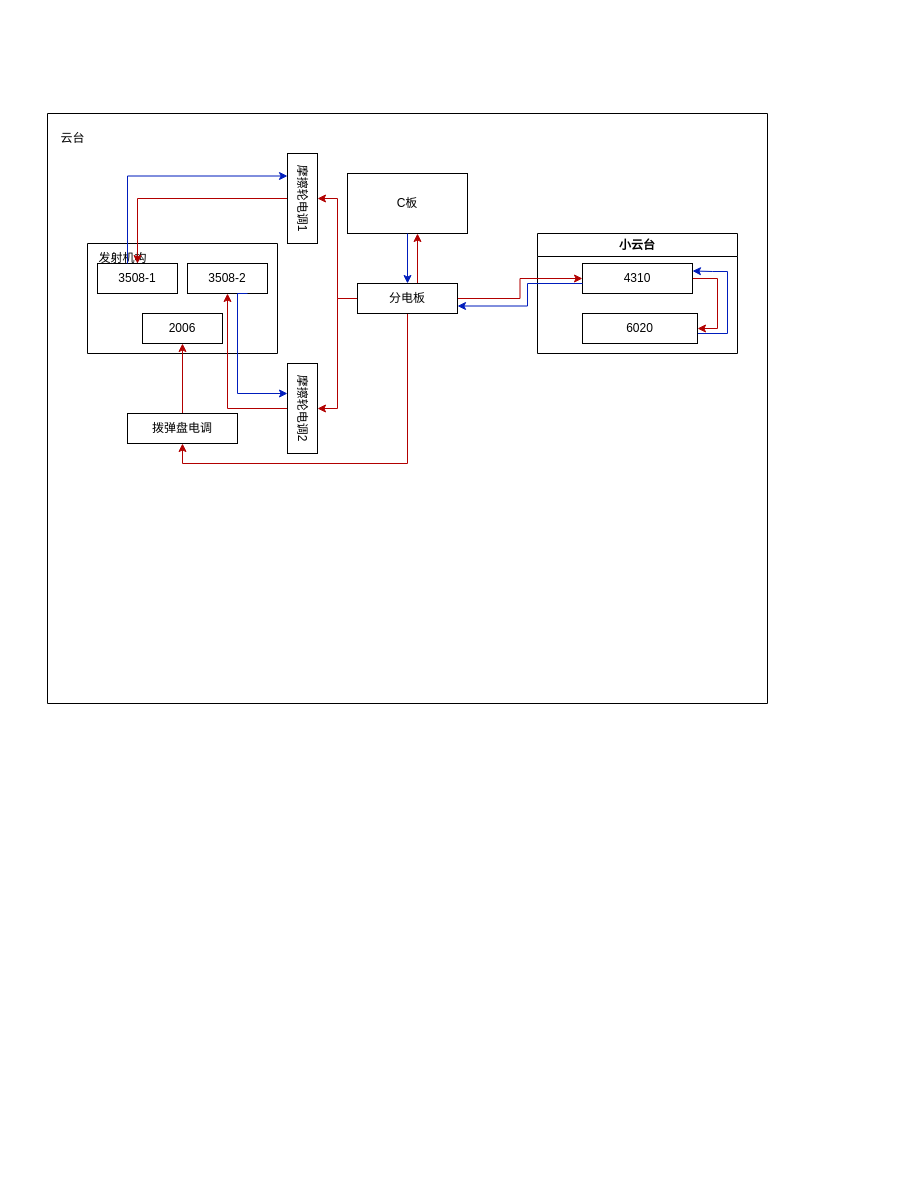
moment-NEW/HDU_basic_framework keeps this draw.io diagram as 步兵接线图.drawio. Above is the earlier version. Source tidied: cells renumbered, new cells numbered last; positions are measured from the earlier drawing's top-left corner, leaving out a move shared by most shapes. Both pictures are drawn from the tidied source at 100%, with x=0, y=0 at pixel (47, 113).
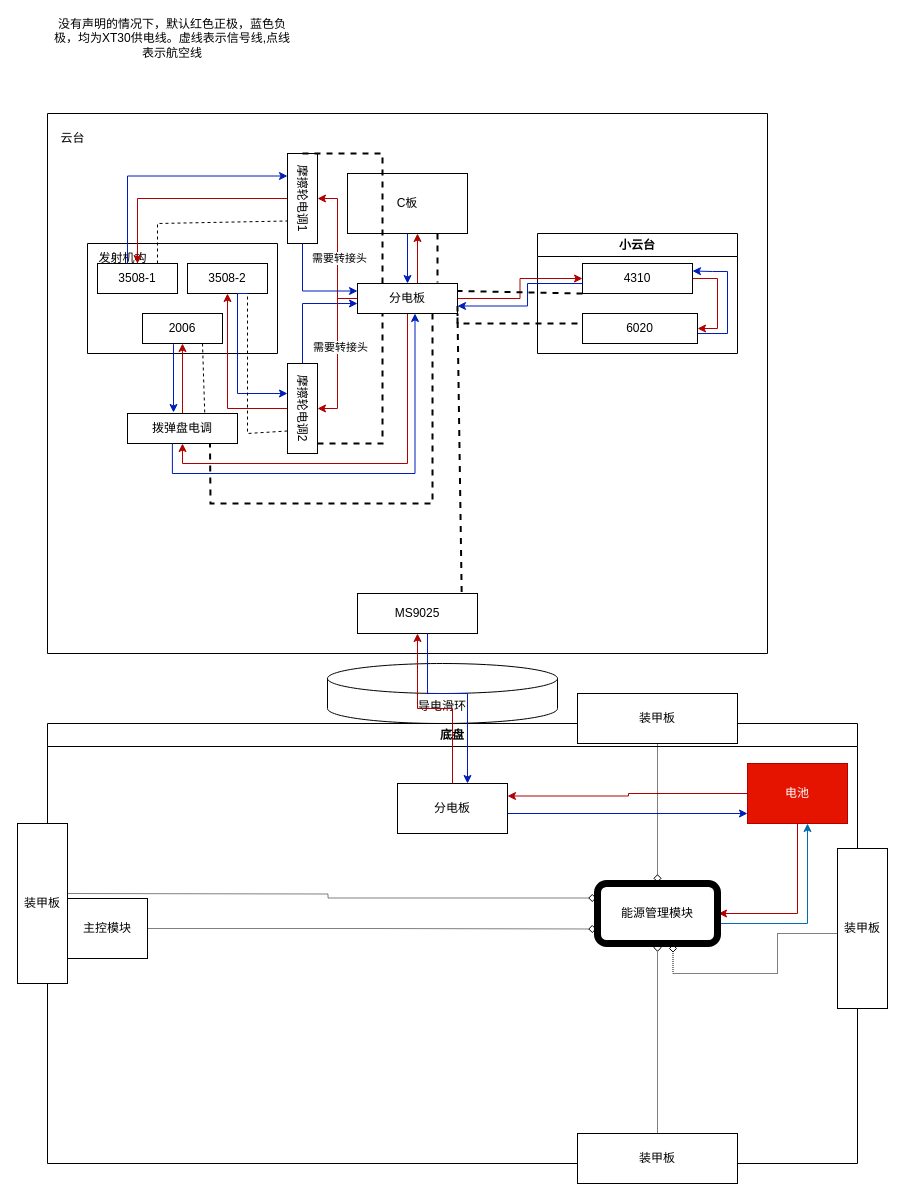
Above is the later version.

Commit message (it also covers changes not shown here):
更新步兵接线图.drawio

Unchanged cells that the change refers to:
```xml
<mxCell id="4" value="C板" style="whiteSpace=wrap;html=1;" parent="2" vertex="1">
  <mxGeometry x="300" y="60" width="120" height="60" as="geometry" />
</mxCell>
<mxCell id="6" value="3508-1" style="whiteSpace=wrap;html=1;" parent="5" vertex="1">
  <mxGeometry x="10" y="20" width="80" height="30" as="geometry" />
</mxCell>
<mxCell id="7" value="3508-2" style="whiteSpace=wrap;html=1;" parent="5" vertex="1">
  <mxGeometry x="100" y="20" width="80" height="30" as="geometry" />
</mxCell>
<mxCell id="9" value="2006" style="whiteSpace=wrap;html=1;" parent="5" vertex="1">
  <mxGeometry x="55" y="70" width="80" height="30" as="geometry" />
</mxCell>
<mxCell id="12" value="4310" style="whiteSpace=wrap;html=1;" parent="10" vertex="1">
  <mxGeometry x="45" y="30" width="110" height="30" as="geometry" />
</mxCell>
<mxCell id="16" value="摩擦轮电调1" style="whiteSpace=wrap;html=1;rotation=90;" parent="2" vertex="1">
  <mxGeometry x="210" y="70" width="90" height="30" as="geometry" />
</mxCell>
<mxCell id="18" value="摩擦轮电调2" style="whiteSpace=wrap;html=1;rotation=90;" parent="2" vertex="1">
  <mxGeometry x="210" y="280" width="90" height="30" as="geometry" />
</mxCell>
<mxCell id="20" value="拨弹盘电调" style="whiteSpace=wrap;html=1;" parent="2" vertex="1">
  <mxGeometry x="80" y="300" width="110" height="30" as="geometry" />
</mxCell>
<mxCell id="23" style="edgeStyle=orthogonalEdgeStyle;rounded=0;jettySize=auto;html=1;entryX=0.5;entryY=0;entryDx=0;entryDy=0;fillColor=#e51400;strokeColor=#B20000;" parent="1" edge="1" source="28" target="16">
  <mxGeometry relative="1" as="geometry" />
</mxCell>
<mxCell id="24" style="edgeStyle=orthogonalEdgeStyle;rounded=0;jettySize=auto;html=1;entryX=0.5;entryY=0;entryDx=0;entryDy=0;fillColor=#e51400;strokeColor=#B20000;" parent="1" edge="1" source="28" target="18">
  <mxGeometry relative="1" as="geometry" />
</mxCell>
<mxCell id="28" value="分电板" style="whiteSpace=wrap;html=1;" parent="1" vertex="1">
  <mxGeometry x="310" y="170" width="100" height="30" as="geometry" />
</mxCell>
```

Diff of the diagram source:
```diff
@@
+    <mxCell id="31" value="导电滑环" style="shape=cylinder3;whiteSpace=wrap;html=1;boundedLbl=1;backgroundOutline=1;size=15;" parent="1" vertex="1">
+      <mxGeometry x="280" y="550" width="230" height="60" as="geometry" />
+    </mxCell>
     <mxCell id="2" style="swimlane;startSize=0;" parent="1" vertex="1">
-      <mxGeometry width="720" height="590" as="geometry" />
+      <mxGeometry width="720" height="540" as="geometry" />
     </mxCell>
@@
+    <mxCell id="32" style="edgeStyle=orthogonalEdgeStyle;rounded=0;jettySize=auto;html=1;exitX=0;exitY=0.5;exitDx=0;exitDy=0;fillColor=#0050ef;strokeColor=#001DBC;" parent="2" edge="1" source="18">
+      <mxGeometry relative="1" as="geometry">
+        <mxPoint x="310" y="190" as="targetPoint" />
+        <Array as="points">
+          <mxPoint x="255" y="190" />
+        </Array>
+      </mxGeometry>
+    </mxCell>
@@
+    <mxCell id="33" style="edgeStyle=orthogonalEdgeStyle;rounded=0;jettySize=auto;html=1;entryX=0.75;entryY=1;entryDx=0;entryDy=0;exitX=0.408;exitY=1.003;exitDx=0;exitDy=0;exitPerimeter=0;fillColor=#0050ef;strokeColor=#001DBC;" parent="2" edge="1" source="20">
+      <mxGeometry relative="1" as="geometry">
+        <mxPoint x="367.5" y="200" as="targetPoint" />
+        <Array as="points">
+          <mxPoint x="125" y="360" />
+          <mxPoint x="368" y="360" />
+        </Array>
+      </mxGeometry>
+    </mxCell>
+    <mxCell id="34" style="edgeStyle=orthogonalEdgeStyle;rounded=0;jettySize=auto;html=1;exitX=0.389;exitY=1.024;exitDx=0;exitDy=0;exitPerimeter=0;fillColor=#0050ef;strokeColor=#001DBC;" parent="2" edge="1" source="9">
+      <mxGeometry relative="1" as="geometry">
+        <mxPoint x="126" y="299" as="targetPoint" />
+        <Array as="points">
+          <mxPoint x="126" y="299" />
+        </Array>
+      </mxGeometry>
+    </mxCell>
+    <mxCell id="35" style="endArrow=none;dashed=1;html=1;rounded=0;exitX=0.75;exitY=0;exitDx=0;exitDy=0;entryX=0.75;entryY=1;entryDx=0;entryDy=0;" parent="2" edge="1" source="6" target="16">
+      <mxGeometry relative="1" as="geometry">
+        <Array as="points">
+          <mxPoint x="110" y="110" />
+        </Array>
+      </mxGeometry>
+    </mxCell>
+    <mxCell id="36" style="endArrow=none;dashed=1;html=1;rounded=0;entryX=0.75;entryY=1;entryDx=0;entryDy=0;exitX=0.75;exitY=1;exitDx=0;exitDy=0;" parent="2" edge="1" source="18" target="7">
+      <mxGeometry relative="1" as="geometry">
+        <Array as="points">
+          <mxPoint x="200" y="320" />
+        </Array>
+      </mxGeometry>
+    </mxCell>
+    <mxCell id="37" style="endArrow=none;dashed=1;html=1;strokeWidth=2;rounded=0;entryX=0.25;entryY=1;entryDx=0;entryDy=0;" parent="2" edge="1" target="28">
+      <mxGeometry relative="1" as="geometry">
+        <mxPoint x="270" y="330" as="sourcePoint" />
+        <Array as="points">
+          <mxPoint x="335" y="330" />
+        </Array>
+      </mxGeometry>
+    </mxCell>
+    <mxCell id="38" style="endArrow=none;dashed=1;html=1;rounded=0;exitX=0.75;exitY=1;exitDx=0;exitDy=0;entryX=0.702;entryY=-0.037;entryDx=0;entryDy=0;entryPerimeter=0;" parent="2" edge="1" source="9" target="20">
+      <mxGeometry relative="1" as="geometry" />
+    </mxCell>
+    <mxCell id="39" value="MS9025" style="whiteSpace=wrap;html=1;" parent="2" vertex="1">
+      <mxGeometry x="310" y="480" width="120" height="40" as="geometry" />
+    </mxCell>
@@
+    <mxCell id="40" value="需要转接头" style="edgeLabel;html=1;align=center;verticalAlign=middle;" parent="23" vertex="1">
+      <mxGeometry x="-0.13" y="-1" relative="1" as="geometry" />
+    </mxCell>
@@
+    <mxCell id="41" value="需要转接头" style="edgeLabel;html=1;align=center;verticalAlign=middle;" parent="24" vertex="1">
+      <mxGeometry x="-0.1" y="2" relative="1" as="geometry" />
+    </mxCell>
@@
+    <mxCell id="42" style="edgeStyle=orthogonalEdgeStyle;rounded=0;jettySize=auto;html=1;entryX=0;entryY=0.25;entryDx=0;entryDy=0;exitX=1;exitY=0.5;exitDx=0;exitDy=0;fillColor=#0050ef;strokeColor=#001DBC;" parent="1" edge="1" source="16" target="28">
+      <mxGeometry relative="1" as="geometry" />
+    </mxCell>
+    <mxCell id="43" style="endArrow=none;dashed=1;html=1;strokeWidth=2;rounded=0;entryX=0;entryY=0.5;entryDx=0;entryDy=0;exitX=0.25;exitY=0;exitDx=0;exitDy=0;" parent="1" edge="1" source="28" target="16">
+      <mxGeometry relative="1" as="geometry">
+        <Array as="points">
+          <mxPoint x="335" y="40" />
+        </Array>
+      </mxGeometry>
+    </mxCell>
+    <mxCell id="44" style="endArrow=none;dashed=1;html=1;strokeWidth=2;rounded=0;entryX=0.75;entryY=1;entryDx=0;entryDy=0;exitX=0.75;exitY=1;exitDx=0;exitDy=0;" parent="1" edge="1" source="28" target="20">
+      <mxGeometry relative="1" as="geometry">
+        <Array as="points">
+          <mxPoint x="385" y="390" />
+          <mxPoint x="163" y="390" />
+        </Array>
+      </mxGeometry>
+    </mxCell>
+    <mxCell id="45" style="endArrow=none;dashed=1;html=1;strokeWidth=2;rounded=0;entryX=1;entryY=0.25;entryDx=0;entryDy=0;exitX=0;exitY=1;exitDx=0;exitDy=0;" parent="1" edge="1" source="12" target="28">
+      <mxGeometry relative="1" as="geometry" />
+    </mxCell>
+    <mxCell id="46" style="endArrow=none;dashed=1;html=1;strokeWidth=2;rounded=0;entryX=1;entryY=0.75;entryDx=0;entryDy=0;" parent="1" edge="1" target="28">
+      <mxGeometry relative="1" as="geometry">
+        <mxPoint x="530" y="210" as="sourcePoint" />
+        <Array as="points">
+          <mxPoint x="410" y="210" />
+        </Array>
+      </mxGeometry>
+    </mxCell>
+    <mxCell id="47" style="endArrow=none;dashed=1;html=1;strokeWidth=2;rounded=0;exitX=0.75;exitY=1;exitDx=0;exitDy=0;" parent="1" edge="1" source="4">
+      <mxGeometry relative="1" as="geometry">
+        <mxPoint x="390" y="169" as="targetPoint" />
+      </mxGeometry>
+    </mxCell>
+    <mxCell id="48" style="endArrow=none;dashed=1;html=1;strokeWidth=2;rounded=0;entryX=1;entryY=1;entryDx=0;entryDy=0;exitX=0.868;exitY=-0.037;exitDx=0;exitDy=0;exitPerimeter=0;" parent="1" edge="1" source="39" target="28">
+      <mxGeometry relative="1" as="geometry" />
+    </mxCell>
+    <mxCell id="49" value="底盘" style="swimlane;whiteSpace=wrap;html=1;" parent="1" vertex="1">
+      <mxGeometry y="610" width="810" height="440" as="geometry" />
+    </mxCell>
+    <mxCell id="50" style="edgeStyle=orthogonalEdgeStyle;rounded=0;jettySize=auto;html=1;entryX=1;entryY=0.25;entryDx=0;entryDy=0;fillColor=#e51400;strokeColor=#B20000;" parent="49" edge="1" target="54">
+      <mxGeometry relative="1" as="geometry">
+        <mxPoint x="700" y="77.5" as="sourcePoint" />
+        <Array as="points">
+          <mxPoint x="700" y="70" />
+          <mxPoint x="581" y="70" />
+          <mxPoint x="581" y="73" />
+        </Array>
+      </mxGeometry>
+    </mxCell>
+    <mxCell id="51" style="edgeStyle=orthogonalEdgeStyle;rounded=0;jettySize=auto;html=1;entryX=1;entryY=0.5;entryDx=0;entryDy=0;exitX=0.5;exitY=1;exitDx=0;exitDy=0;fillColor=#e51400;strokeColor=#B20000;" parent="49" edge="1" source="52" target="56">
+      <mxGeometry relative="1" as="geometry" />
+    </mxCell>
+    <mxCell id="52" value="电池" style="whiteSpace=wrap;html=1;fillColor=#e51400;fontColor=#ffffff;strokeColor=#B20000;" parent="49" vertex="1">
+      <mxGeometry x="700" y="40" width="100" height="60" as="geometry" />
+    </mxCell>
+    <mxCell id="53" style="edgeStyle=orthogonalEdgeStyle;rounded=0;jettySize=auto;html=1;fillColor=#0050ef;strokeColor=#001DBC;" parent="49" edge="1" source="54">
+      <mxGeometry relative="1" as="geometry">
+        <mxPoint x="700" y="90" as="targetPoint" />
+        <Array as="points">
+          <mxPoint x="700" y="90" />
+        </Array>
+      </mxGeometry>
+    </mxCell>
+    <mxCell id="54" value="分电板" style="whiteSpace=wrap;html=1;" parent="49" vertex="1">
+      <mxGeometry x="350" y="60" width="110" height="50" as="geometry" />
+    </mxCell>
+    <mxCell id="55" style="edgeStyle=orthogonalEdgeStyle;rounded=0;jettySize=auto;html=1;fillColor=#1ba1e2;strokeColor=#006EAF;" parent="49" edge="1" source="56">
+      <mxGeometry relative="1" as="geometry">
+        <mxPoint x="760" y="100" as="targetPoint" />
+        <Array as="points">
+          <mxPoint x="760" y="200" />
+          <mxPoint x="760" y="100" />
+        </Array>
+      </mxGeometry>
+    </mxCell>
+    <mxCell id="56" value="能源管理模块" style="rounded=1;whiteSpace=wrap;html=1;glass=0;strokeWidth=7;perimeterSpacing=1;" parent="49" vertex="1">
+      <mxGeometry x="550" y="160" width="120" height="60" as="geometry" />
+    </mxCell>
+    <mxCell id="57" style="edgeStyle=orthogonalEdgeStyle;rounded=0;jettySize=auto;html=1;entryX=0;entryY=0.75;entryDx=0;entryDy=0;endArrow=diamond;endFill=0;dashed=1;dashPattern=1 1;" parent="49" edge="1" source="58" target="56">
+      <mxGeometry relative="1" as="geometry" />
+    </mxCell>
+    <mxCell id="58" value="主控模块" style="rounded=0;whiteSpace=wrap;html=1;" parent="49" vertex="1">
+      <mxGeometry x="20" y="175" width="80" height="60" as="geometry" />
+    </mxCell>
+    <mxCell id="59" style="edgeStyle=orthogonalEdgeStyle;rounded=0;jettySize=auto;html=1;dashed=1;dashPattern=1 1;endArrow=diamond;endFill=0;" parent="49" edge="1" source="60">
+      <mxGeometry relative="1" as="geometry">
+        <mxPoint x="610" y="220" as="targetPoint" />
+      </mxGeometry>
+    </mxCell>
+    <mxCell id="60" value="装甲板" style="whiteSpace=wrap;html=1;" parent="49" vertex="1">
+      <mxGeometry x="530" y="410" width="160" height="50" as="geometry" />
+    </mxCell>
+    <mxCell id="61" style="edgeStyle=orthogonalEdgeStyle;rounded=0;jettySize=auto;html=1;entryX=0.5;entryY=1;entryDx=0;entryDy=0;fillColor=#e51400;strokeColor=#B20000;" parent="1" edge="1" source="54" target="39">
+      <mxGeometry relative="1" as="geometry" />
+    </mxCell>
+    <mxCell id="62" style="edgeStyle=orthogonalEdgeStyle;rounded=0;jettySize=auto;html=1;fillColor=#0050ef;strokeColor=#001DBC;" parent="1" edge="1" source="39">
+      <mxGeometry relative="1" as="geometry">
+        <mxPoint x="420" y="670" as="targetPoint" />
+        <Array as="points">
+          <mxPoint x="380" y="580" />
+          <mxPoint x="420" y="580" />
+        </Array>
+      </mxGeometry>
+    </mxCell>
+    <mxCell id="63" value="没有声明的情况下，默认红色正极，蓝色负极，均为XT30供电线。虚线表示信号线,点线表示航空线" style="text;html=1;align=center;verticalAlign=middle;whiteSpace=wrap;rounded=0;" parent="1" vertex="1">
+      <mxGeometry y="-90" width="250" height="30" as="geometry" />
+    </mxCell>
+    <mxCell id="64" style="edgeStyle=orthogonalEdgeStyle;rounded=0;jettySize=auto;html=1;entryX=0;entryY=0.25;entryDx=0;entryDy=0;endArrow=diamond;endFill=0;dashed=1;dashPattern=1 1;" parent="1" edge="1" target="56">
+      <mxGeometry relative="1" as="geometry">
+        <mxPoint x="10" y="780" as="sourcePoint" />
+      </mxGeometry>
+    </mxCell>
+    <mxCell id="65" style="edgeStyle=orthogonalEdgeStyle;rounded=0;jettySize=auto;html=1;dashed=1;dashPattern=1 1;endArrow=diamond;endFill=0;" parent="1" edge="1" source="66" target="56">
+      <mxGeometry relative="1" as="geometry" />
+    </mxCell>
+    <mxCell id="66" value="装甲板" style="whiteSpace=wrap;html=1;" parent="1" vertex="1">
+      <mxGeometry x="530" y="580" width="160" height="50" as="geometry" />
+    </mxCell>
+    <mxCell id="67" value="装甲板" style="whiteSpace=wrap;html=1;" parent="1" vertex="1">
+      <mxGeometry x="-30" y="710" width="50" height="160" as="geometry" />
+    </mxCell>
+    <mxCell id="68" style="edgeStyle=orthogonalEdgeStyle;rounded=0;jettySize=auto;html=1;entryX=0.627;entryY=0.996;entryDx=0;entryDy=0;dashed=1;dashPattern=1 1;endArrow=diamond;endFill=0;entryPerimeter=0;" parent="1" edge="1" source="69" target="56">
+      <mxGeometry relative="1" as="geometry">
+        <Array as="points">
+          <mxPoint x="730" y="820" />
+          <mxPoint x="730" y="860" />
+          <mxPoint x="626" y="860" />
+        </Array>
+      </mxGeometry>
+    </mxCell>
+    <mxCell id="69" value="装甲板" style="whiteSpace=wrap;html=1;" parent="1" vertex="1">
+      <mxGeometry x="790" y="735" width="50" height="160" as="geometry" />
+    </mxCell>
```
